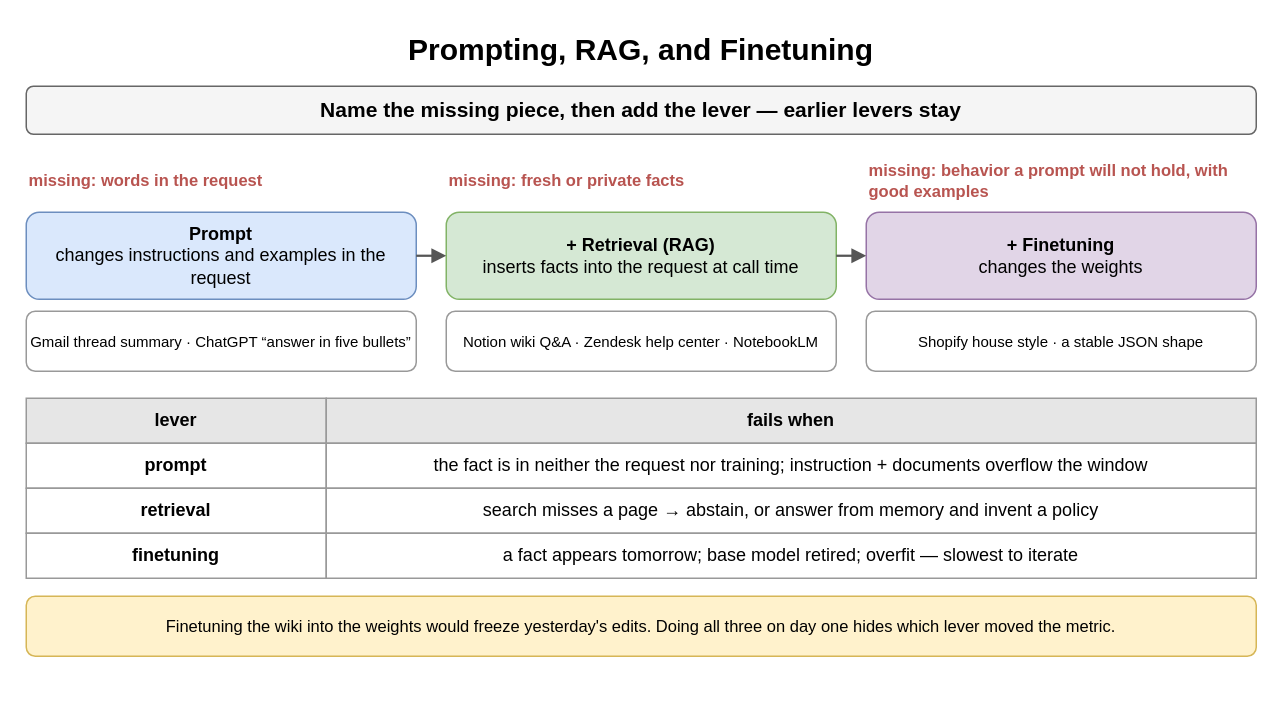
This is page "Prompting, RAG, and Finetuning" (6 of 19) of content/10_AI_Engineering/01_Introduction_to_Building_AI_Applications_with_Foundation_Models/diagrams/ai-engineering-intro.drawio from amendez13/swe-study-guide, a draw.io file, before an edit. Source tidied: cells renumbered, new cells numbered last; positions are measured from the earlier drawing's top-left corner, leaving out a move shared by most shapes. Both pictures are drawn from the tidied source at 150%, with x=0, y=0 at pixel (26, 26).
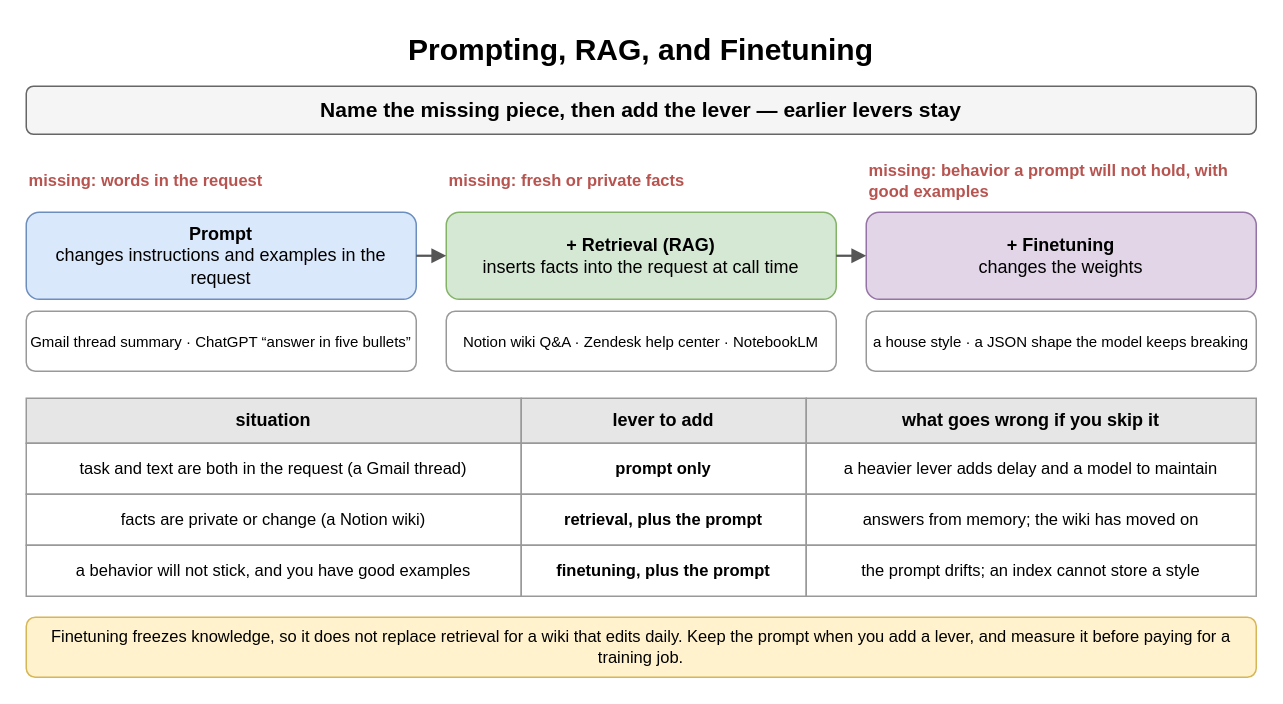
After the change.

Commit message (it also covers changes not shown here):
docs(ai-eng): redraw chapter 1 diagrams that drifted from the card text

What changed in the source:
```diff
@@
-    <mxCell id="12" value="Shopify house style · a stable JSON shape" style="rounded=1;whiteSpace=wrap;html=1;fillColor=#ffffff;strokeColor=#999999;fontSize=10;align=center;" parent="1" vertex="1">
+    <mxCell id="12" value="a house style · a JSON shape the model keeps breaking" style="rounded=1;whiteSpace=wrap;html=1;fillColor=#ffffff;strokeColor=#999999;fontSize=10;align=center;" parent="1" vertex="1">
       <mxGeometry x="560" y="190" width="260" height="40" as="geometry" />
     </mxCell>
@@
-    <mxCell id="15" value="lever" style="whiteSpace=wrap;html=1;fillColor=#e6e6e6;strokeColor=#999999;fontStyle=1;fontSize=12;" parent="1" vertex="1">
-      <mxGeometry y="248" width="200" height="30" as="geometry" />
+    <mxCell id="15" value="situation" style="whiteSpace=wrap;html=1;fillColor=#e6e6e6;strokeColor=#999999;fontStyle=1;fontSize=12;" parent="1" vertex="1">
+      <mxGeometry y="248" width="330" height="30" as="geometry" />
     </mxCell>
-    <mxCell id="16" value="fails when" style="whiteSpace=wrap;html=1;fillColor=#e6e6e6;strokeColor=#999999;fontStyle=1;fontSize=12;" parent="1" vertex="1">
-      <mxGeometry x="200" y="248" width="620" height="30" as="geometry" />
+    <mxCell id="16" value="lever to add" style="whiteSpace=wrap;html=1;fillColor=#e6e6e6;strokeColor=#999999;fontStyle=1;fontSize=12;" parent="1" vertex="1">
+      <mxGeometry x="330" y="248" width="190" height="30" as="geometry" />
     </mxCell>
+    <mxCell id="24" value="what goes wrong if you skip it" style="whiteSpace=wrap;html=1;fillColor=#e6e6e6;strokeColor=#999999;fontStyle=1;fontSize=12;" parent="1" vertex="1">
+      <mxGeometry x="520" y="248" width="300" height="30" as="geometry" />
+    </mxCell>
-    <mxCell id="17" value="prompt" style="whiteSpace=wrap;html=1;strokeColor=#999999;fontSize=12;fillColor=#ffffff;fontStyle=1;" parent="1" vertex="1">
-      <mxGeometry y="278" width="200" height="30" as="geometry" />
+    <mxCell id="17" value="task and text are both in the request (a Gmail thread)" style="whiteSpace=wrap;html=1;strokeColor=#999999;fontSize=11;fillColor=#ffffff;" parent="1" vertex="1">
+      <mxGeometry y="278" width="330" height="34" as="geometry" />
     </mxCell>
-    <mxCell id="18" value="the fact is in neither the request nor training; instruction + documents overflow the window" style="whiteSpace=wrap;html=1;strokeColor=#999999;fontSize=12;fillColor=#ffffff;" parent="1" vertex="1">
-      <mxGeometry x="200" y="278" width="620" height="30" as="geometry" />
+    <mxCell id="18" value="prompt only" style="whiteSpace=wrap;html=1;strokeColor=#999999;fontSize=11;fillColor=#ffffff;fontStyle=1;" parent="1" vertex="1">
+      <mxGeometry x="330" y="278" width="190" height="34" as="geometry" />
     </mxCell>
+    <mxCell id="25" value="a heavier lever adds delay and a model to maintain" style="whiteSpace=wrap;html=1;strokeColor=#999999;fontSize=11;fillColor=#ffffff;" parent="1" vertex="1">
+      <mxGeometry x="520" y="278" width="300" height="34" as="geometry" />
+    </mxCell>
-    <mxCell id="19" value="retrieval" style="whiteSpace=wrap;html=1;strokeColor=#999999;fontSize=12;fillColor=#ffffff;fontStyle=1;" parent="1" vertex="1">
-      <mxGeometry y="308" width="200" height="30" as="geometry" />
+    <mxCell id="19" value="facts are private or change (a Notion wiki)" style="whiteSpace=wrap;html=1;strokeColor=#999999;fontSize=11;fillColor=#ffffff;" parent="1" vertex="1">
+      <mxGeometry y="312" width="330" height="34" as="geometry" />
     </mxCell>
-    <mxCell id="20" value="search misses a page → abstain, or answer from memory and invent a policy" style="whiteSpace=wrap;html=1;strokeColor=#999999;fontSize=12;fillColor=#ffffff;" parent="1" vertex="1">
-      <mxGeometry x="200" y="308" width="620" height="30" as="geometry" />
+    <mxCell id="20" value="retrieval, plus the prompt" style="whiteSpace=wrap;html=1;strokeColor=#999999;fontSize=11;fillColor=#ffffff;fontStyle=1;" parent="1" vertex="1">
+      <mxGeometry x="330" y="312" width="190" height="34" as="geometry" />
     </mxCell>
+    <mxCell id="26" value="answers from memory; the wiki has moved on" style="whiteSpace=wrap;html=1;strokeColor=#999999;fontSize=11;fillColor=#ffffff;" parent="1" vertex="1">
+      <mxGeometry x="520" y="312" width="300" height="34" as="geometry" />
+    </mxCell>
-    <mxCell id="21" value="finetuning" style="whiteSpace=wrap;html=1;strokeColor=#999999;fontSize=12;fillColor=#ffffff;fontStyle=1;" parent="1" vertex="1">
-      <mxGeometry y="338" width="200" height="30" as="geometry" />
+    <mxCell id="21" value="a behavior will not stick, and you have good examples" style="whiteSpace=wrap;html=1;strokeColor=#999999;fontSize=11;fillColor=#ffffff;" parent="1" vertex="1">
+      <mxGeometry y="346" width="330" height="34" as="geometry" />
     </mxCell>
-    <mxCell id="22" value="a fact appears tomorrow; base model retired; overfit — slowest to iterate" style="whiteSpace=wrap;html=1;strokeColor=#999999;fontSize=12;fillColor=#ffffff;" parent="1" vertex="1">
-      <mxGeometry x="200" y="338" width="620" height="30" as="geometry" />
+    <mxCell id="22" value="finetuning, plus the prompt" style="whiteSpace=wrap;html=1;strokeColor=#999999;fontSize=11;fillColor=#ffffff;fontStyle=1;" parent="1" vertex="1">
+      <mxGeometry x="330" y="346" width="190" height="34" as="geometry" />
     </mxCell>
+    <mxCell id="27" value="the prompt drifts; an index cannot store a style" style="whiteSpace=wrap;html=1;strokeColor=#999999;fontSize=11;fillColor=#ffffff;" parent="1" vertex="1">
+      <mxGeometry x="520" y="346" width="300" height="34" as="geometry" />
+    </mxCell>
-    <mxCell id="23" value="Finetuning the wiki into the weights would freeze yesterday's edits. Doing all three on day one hides which lever moved the metric." style="rounded=1;whiteSpace=wrap;html=1;fillColor=#fff2cc;strokeColor=#d6b656;fontSize=11;align=center;" parent="1" vertex="1">
-      <mxGeometry y="380" width="820" height="40" as="geometry" />
+    <mxCell id="23" value="Finetuning freezes knowledge, so it does not replace retrieval for a wiki that edits daily. Keep the prompt when you add a lever, and measure it before paying for a training job." style="rounded=1;whiteSpace=wrap;html=1;fillColor=#fff2cc;strokeColor=#d6b656;fontSize=11;align=center;" parent="1" vertex="1">
+      <mxGeometry y="394" width="820" height="40" as="geometry" />
     </mxCell>
```
